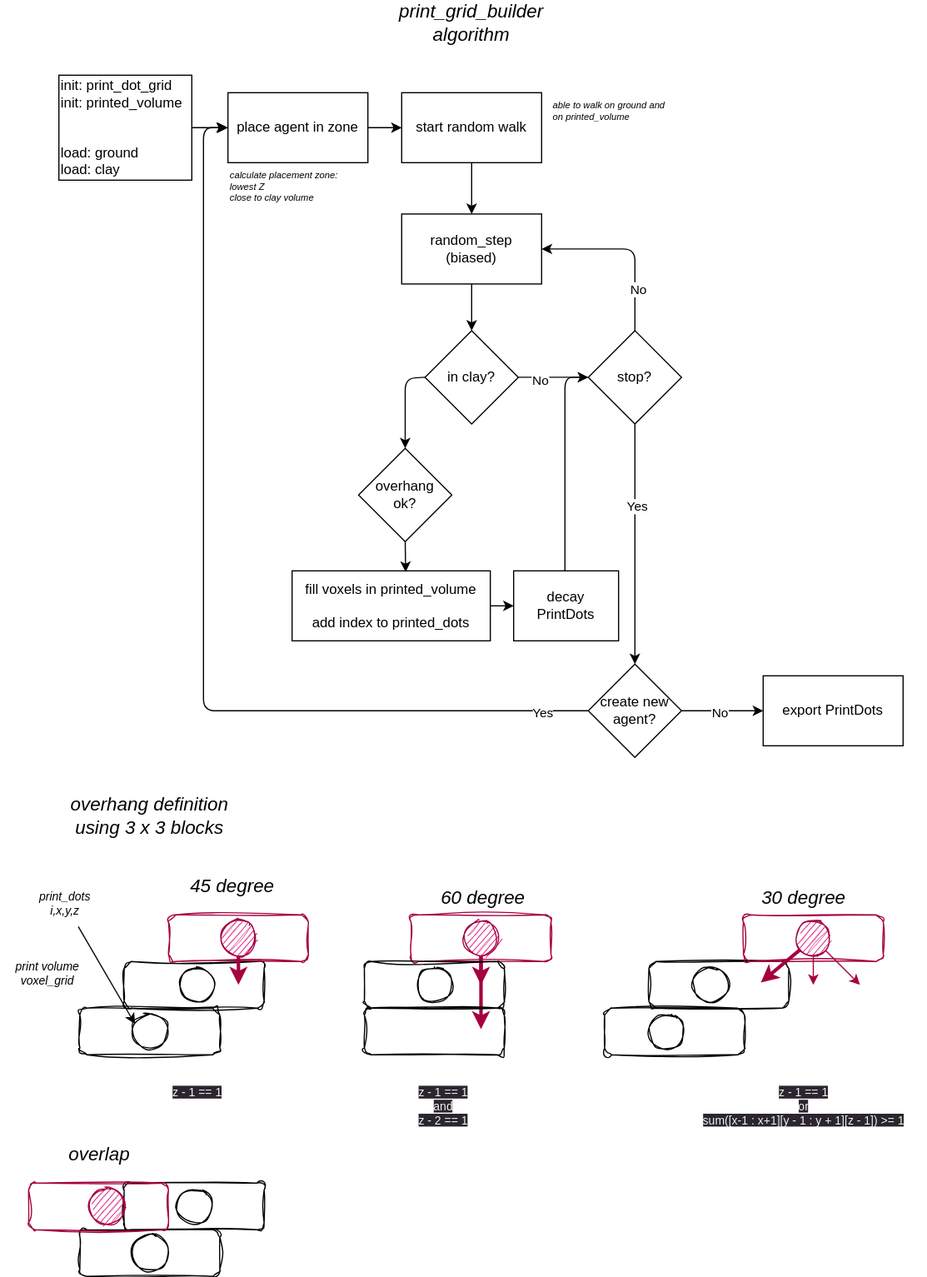
biodigitalmatter/bdm_voxel_builder keeps this draw.io diagram as docs/print_grid_builder_algorithm_diagram.drawio.svg. Above is the earlier version. Source tidied: cells renumbered, new cells last; positions are measured from the earlier drawing's top-left corner, leaving out a move shared by most shapes.
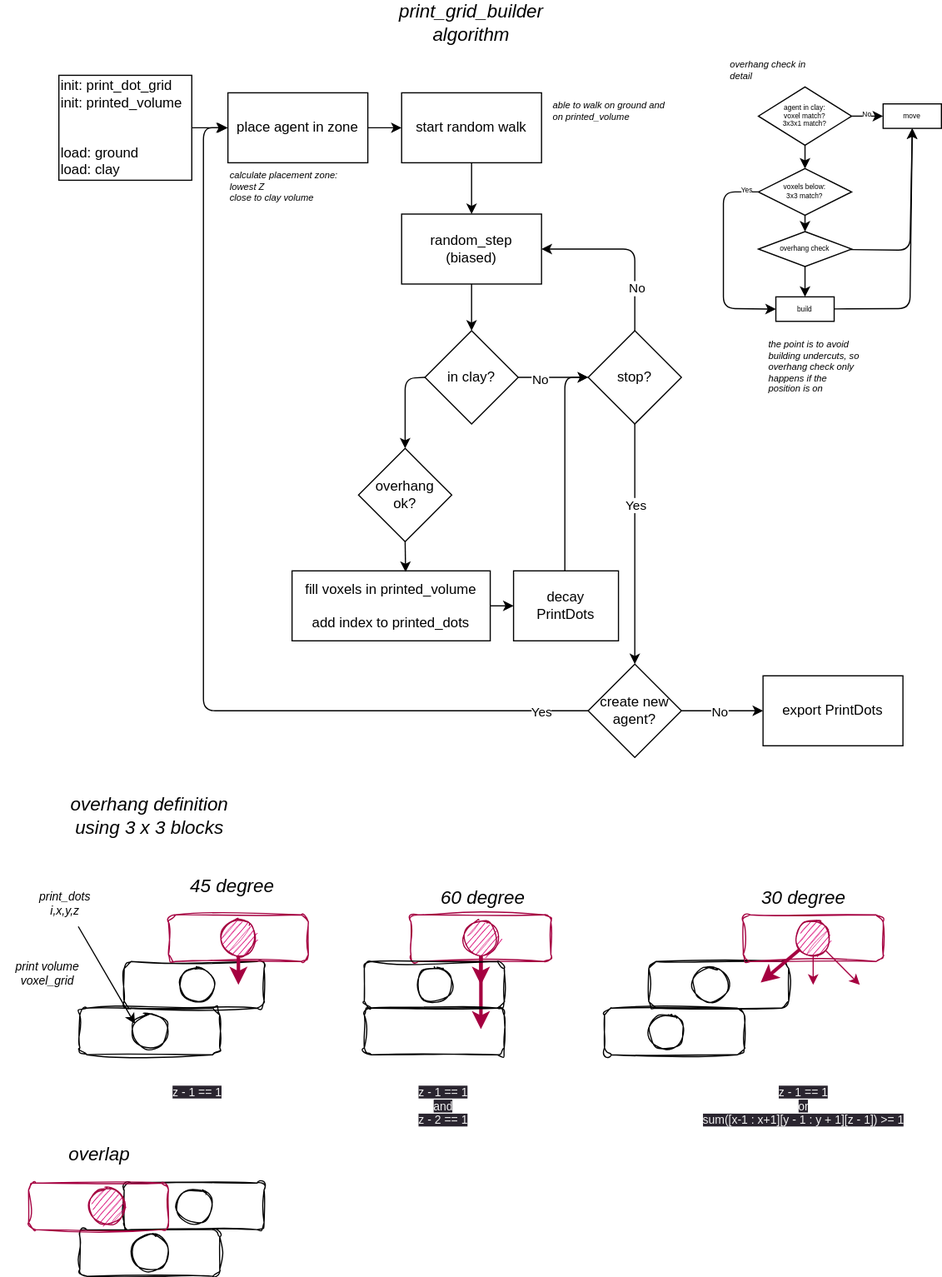
After the change.

Change to the diagram source:
```diff
@@ -252,5 +252,66 @@
     <mxCell id="73" style="ellipse;whiteSpace=wrap;html=1;rounded=1;shadow=0;sketch=1;fillColor=none;" parent="1" vertex="1">
       <mxGeometry x="151" y="1015" width="30" height="30" as="geometry" />
     </mxCell>
+    <mxCell id="74" value="overhang check in detail" style="text;html=1;strokeColor=none;fillColor=none;align=left;verticalAlign=top;whiteSpace=wrap;rounded=0;fontStyle=2;fontSize=8;" parent="1" vertex="1">
+      <mxGeometry x="624" y="40" width="80" height="20" as="geometry" />
+    </mxCell>
+    <mxCell id="75" style="edgeStyle=none;html=1;fontSize=6;" parent="1" edge="1" source="78" target="82">
+      <mxGeometry relative="1" as="geometry" />
+    </mxCell>
+    <mxCell id="76" style="edgeStyle=none;html=1;fontSize=6;" parent="1" edge="1" source="78" target="88">
+      <mxGeometry relative="1" as="geometry" />
+    </mxCell>
+    <mxCell id="77" value="No" style="edgeLabel;html=1;align=center;verticalAlign=middle;fontSize=6;" parent="76" vertex="1">
+      <mxGeometry x="-0.1" y="1" relative="1" as="geometry" />
+    </mxCell>
+    <mxCell id="78" value="agent in clay:&lt;br&gt;voxel match?&lt;br&gt;3x3x1 match?" style="rhombus;whiteSpace=wrap;html=1;strokeWidth=1;fontSize=6;" parent="1" vertex="1">
+      <mxGeometry x="650" y="70" width="80" height="50" as="geometry" />
+    </mxCell>
+    <mxCell id="79" style="edgeStyle=none;html=1;fontSize=6;" parent="1" edge="1" source="82" target="85">
+      <mxGeometry relative="1" as="geometry" />
+    </mxCell>
+    <mxCell id="80" style="edgeStyle=none;html=1;entryX=0;entryY=0.5;entryDx=0;entryDy=0;fontSize=6;" parent="1" edge="1" source="82" target="87">
+      <mxGeometry relative="1" as="geometry">
+        <Array as="points">
+          <mxPoint x="620" y="160" />
+          <mxPoint x="620" y="260" />
+        </Array>
+      </mxGeometry>
+    </mxCell>
+    <mxCell id="81" value="Yes" style="edgeLabel;html=1;align=center;verticalAlign=middle;fontSize=6;" parent="80" vertex="1">
+      <mxGeometry x="-0.89" y="-1" relative="1" as="geometry" />
+    </mxCell>
+    <mxCell id="82" value="voxels below:&lt;br&gt;3x3 match?" style="rhombus;whiteSpace=wrap;html=1;strokeWidth=1;fontSize=6;" parent="1" vertex="1">
+      <mxGeometry x="650" y="140" width="80" height="40" as="geometry" />
+    </mxCell>
+    <mxCell id="83" style="edgeStyle=none;html=1;fontSize=6;" parent="1" edge="1" source="85" target="87">
+      <mxGeometry relative="1" as="geometry" />
+    </mxCell>
+    <mxCell id="84" style="edgeStyle=none;html=1;entryX=0.5;entryY=1;entryDx=0;entryDy=0;fontSize=6;" parent="1" edge="1" source="85" target="88">
+      <mxGeometry relative="1" as="geometry">
+        <Array as="points">
+          <mxPoint x="780" y="210" />
+        </Array>
+      </mxGeometry>
+    </mxCell>
+    <mxCell id="85" value="overhang check" style="rhombus;whiteSpace=wrap;html=1;strokeWidth=1;fontSize=6;" parent="1" vertex="1">
+      <mxGeometry x="650" y="194" width="80" height="30" as="geometry" />
+    </mxCell>
+    <mxCell id="86" style="edgeStyle=none;html=1;entryX=0.5;entryY=1;entryDx=0;entryDy=0;fontSize=6;" parent="1" edge="1" source="87" target="88">
+      <mxGeometry relative="1" as="geometry">
+        <Array as="points">
+          <mxPoint x="780" y="260" />
+        </Array>
+      </mxGeometry>
+    </mxCell>
+    <mxCell id="87" value="build" style="whiteSpace=wrap;html=1;fontSize=6;strokeWidth=1;" parent="1" vertex="1">
+      <mxGeometry x="665" y="250" width="50" height="21" as="geometry" />
+    </mxCell>
+    <mxCell id="88" value="move" style="whiteSpace=wrap;html=1;fontSize=6;strokeWidth=1;" parent="1" vertex="1">
+      <mxGeometry x="757" y="84.5" width="50" height="21" as="geometry" />
+    </mxCell>
+    <mxCell id="89" value="the point is to avoid building undercuts, so overhang check only happens if the position is on" style="text;html=1;strokeColor=none;fillColor=none;align=left;verticalAlign=top;whiteSpace=wrap;rounded=0;fontStyle=2;fontSize=8;" parent="1" vertex="1">
+      <mxGeometry x="657" y="280" width="80" height="20" as="geometry" />
+    </mxCell>
   </root>
 </mxGraphModel>
```
